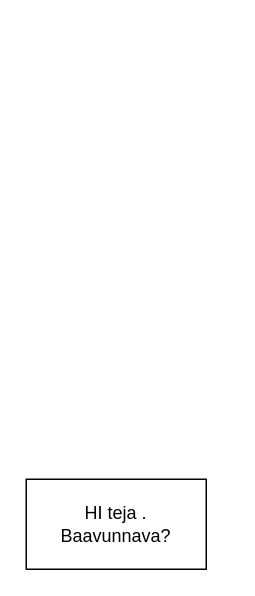
Earlier version of the draw.io diagram Untitled Diagram.drawio (krishh-amilineni/drawio-test). Source tidied: cells renumbered, new cells numbered last; positions are measured from the earlier drawing's top-left corner, leaving out a move shared by most shapes. Both pictures are drawn from the tidied source at 150%, with x=0, y=0 at pixel (26, 478).
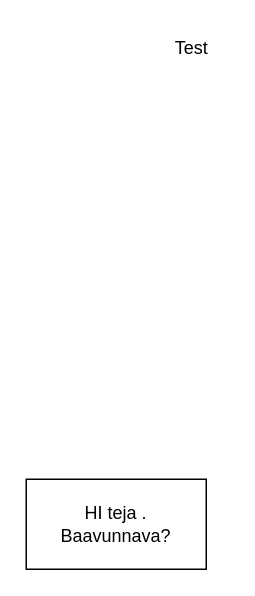
After the change.

The edit, as a diff of the source:
```diff
@@
 <mxGraphModel>
   <root>
     <mxCell id="0" />
     <mxCell id="1" parent="0" />
     <mxCell id="2" value="HI teja . Baavunnava?" style="rounded=0;whiteSpace=wrap;html=1;" parent="1" vertex="1">
       <mxGeometry width="120" height="60" as="geometry" />
     </mxCell>
+    <mxCell id="3" value="Test" style="text;html=1;align=center;verticalAlign=middle;strokeColor=none;fillColor=none;" parent="1" vertex="1">
+      <mxGeometry x="85" y="-302" width="50" height="30" as="geometry" />
+    </mxCell>
   </root>
 </mxGraphModel>
```
